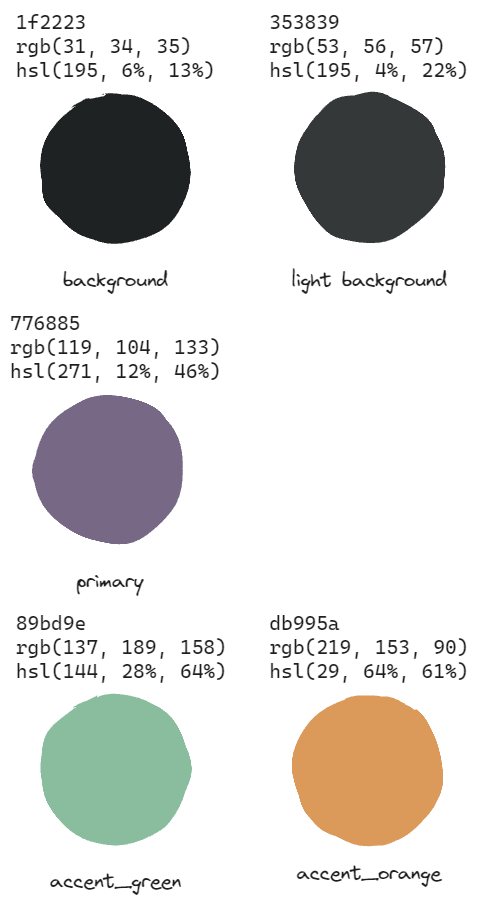
Above: assets/colors/colors_description.excalidraw.png in patrykmil/IU_css-library (Excalidraw), before the change. Source tidied: one line per element, renumbered; positions are measured from the earlier drawing's top-left corner, leaving out a move shared by most shapes. Its diagram source:
```json
{"id": 0, "type": "text", "text": "1f2223\nrgb(31, 34, 35)\nhsl(195, 6%, 13%)", "strokeColor": "#1e1e1e", "strokeWidth": 2, "roughness": 1, "fontSize": 20, "fontFamily": 3, "x": 6, "y": 0, "width": 199, "height": 72}
{"id": 1, "type": "ellipse", "strokeColor": "transparent", "backgroundColor": "#1f2223", "fillStyle": "solid", "strokeWidth": 2, "roughness": 2, "round": true, "x": 31, "y": 84, "width": 149, "height": 149}
{"id": 2, "type": "text", "text": "background", "strokeColor": "#1e1e1e", "backgroundColor": "#1f2223", "fillStyle": "solid", "strokeWidth": 2, "roughness": 2, "fontSize": 20, "fontFamily": 1, "x": 53, "y": 258, "width": 105, "height": 25}
{"id": 3, "type": "text", "text": "776885\nrgb(119, 104, 133)\nhsl(271, 12%, 46%)", "strokeColor": "#1e1e1e", "strokeWidth": 2, "roughness": 1, "fontSize": 20, "fontFamily": 3, "x": 0, "y": 301, "width": 211, "height": 72}
{"id": 4, "type": "ellipse", "strokeColor": "transparent", "backgroundColor": "#776885", "fillStyle": "solid", "strokeWidth": 2, "roughness": 2, "round": true, "x": 25, "y": 385, "width": 149, "height": 149}
{"id": 5, "type": "text", "text": "primary", "strokeColor": "#1e1e1e", "backgroundColor": "#1f2223", "fillStyle": "solid", "strokeWidth": 2, "roughness": 2, "fontSize": 20, "fontFamily": 1, "x": 66, "y": 559, "width": 67, "height": 25}
{"id": 6, "type": "text", "text": "89bd9e\nrgb(137, 189, 158)\nhsl(144, 28%, 64%)", "strokeColor": "#1e1e1e", "strokeWidth": 2, "roughness": 1, "fontSize": 20, "fontFamily": 3, "x": 6, "y": 601, "width": 211, "height": 72}
{"id": 7, "type": "ellipse", "strokeColor": "transparent", "backgroundColor": "#89bd9e", "fillStyle": "solid", "strokeWidth": 2, "roughness": 2, "round": true, "x": 31, "y": 685, "width": 149, "height": 149}
{"id": 8, "type": "text", "text": "accent_green", "strokeColor": "#1e1e1e", "backgroundColor": "#1f2223", "fillStyle": "solid", "strokeWidth": 2, "roughness": 2, "fontSize": 20, "fontFamily": 1, "x": 40, "y": 859, "width": 131, "height": 25}
{"id": 9, "type": "text", "text": "353839\nrgb(53, 56, 57)\nhsl(195, 4%, 22%)", "strokeColor": "#1e1e1e", "strokeWidth": 2, "roughness": 1, "fontSize": 20, "fontFamily": 3, "x": 259, "y": 0, "width": 199, "height": 72}
{"id": 10, "type": "ellipse", "strokeColor": "transparent", "backgroundColor": "#353839", "fillStyle": "solid", "strokeWidth": 2, "roughness": 2, "round": true, "x": 284, "y": 84, "width": 149, "height": 149}
{"id": 11, "type": "text", "text": "light background", "strokeColor": "#1e1e1e", "backgroundColor": "#1f2223", "fillStyle": "solid", "strokeWidth": 2, "roughness": 2, "fontSize": 20, "fontFamily": 1, "x": 281, "y": 258, "width": 156, "height": 25}
{"id": 12, "type": "text", "text": "db995a\nrgb(219, 153, 90)\nhsl(29, 64%, 61%)", "strokeColor": "#1e1e1e", "strokeWidth": 2, "roughness": 1, "fontSize": 20, "fontFamily": 3, "x": 259, "y": 601, "width": 199, "height": 72}
{"id": 13, "type": "ellipse", "strokeColor": "transparent", "backgroundColor": "#db995a", "fillStyle": "solid", "strokeWidth": 2, "roughness": 2, "round": true, "x": 284, "y": 685, "width": 149, "height": 149}
{"id": 14, "type": "text", "text": "accent_orange", "strokeColor": "#1e1e1e", "backgroundColor": "#1f2223", "fillStyle": "solid", "strokeWidth": 2, "roughness": 2, "fontSize": 20, "fontFamily": 1, "x": 286, "y": 851, "width": 145, "height": 25}
```
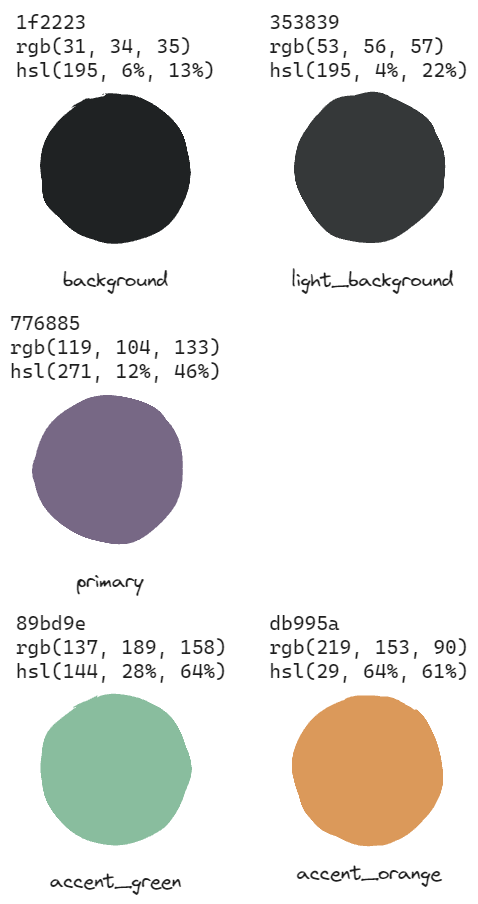
Later version of the same file.

What changed in the source:
```diff
@@ -9,7 +9,7 @@
 {"id": 8, "type": "text", "text": "accent_green", "strokeColor": "#1e1e1e", "backgroundColor": "#1f2223", "fillStyle": "solid", "strokeWidth": 2, "roughness": 2, "fontSize": 20, "fontFamily": 1, "x": 40, "y": 859, "width": 131, "height": 25}
 {"id": 9, "type": "text", "text": "353839\nrgb(53, 56, 57)\nhsl(195, 4%, 22%)", "strokeColor": "#1e1e1e", "strokeWidth": 2, "roughness": 1, "fontSize": 20, "fontFamily": 3, "x": 259, "y": 0, "width": 199, "height": 72}
 {"id": 10, "type": "ellipse", "strokeColor": "transparent", "backgroundColor": "#353839", "fillStyle": "solid", "strokeWidth": 2, "roughness": 2, "round": true, "x": 284, "y": 84, "width": 149, "height": 149}
-{"id": 11, "type": "text", "text": "light background", "strokeColor": "#1e1e1e", "backgroundColor": "#1f2223", "fillStyle": "solid", "strokeWidth": 2, "roughness": 2, "fontSize": 20, "fontFamily": 1, "x": 281, "y": 258, "width": 156, "height": 25}
+{"id": 11, "type": "text", "text": "light_background", "strokeColor": "#1e1e1e", "backgroundColor": "#1f2223", "fillStyle": "solid", "strokeWidth": 2, "roughness": 2, "fontSize": 20, "fontFamily": 1, "x": 281, "y": 258, "width": 162, "height": 25}
 {"id": 12, "type": "text", "text": "db995a\nrgb(219, 153, 90)\nhsl(29, 64%, 61%)", "strokeColor": "#1e1e1e", "strokeWidth": 2, "roughness": 1, "fontSize": 20, "fontFamily": 3, "x": 259, "y": 601, "width": 199, "height": 72}
 {"id": 13, "type": "ellipse", "strokeColor": "transparent", "backgroundColor": "#db995a", "fillStyle": "solid", "strokeWidth": 2, "roughness": 2, "round": true, "x": 284, "y": 685, "width": 149, "height": 149}
 {"id": 14, "type": "text", "text": "accent_orange", "strokeColor": "#1e1e1e", "backgroundColor": "#1f2223", "fillStyle": "solid", "strokeWidth": 2, "roughness": 2, "fontSize": 20, "fontFamily": 1, "x": 286, "y": 851, "width": 145, "height": 25}
```
